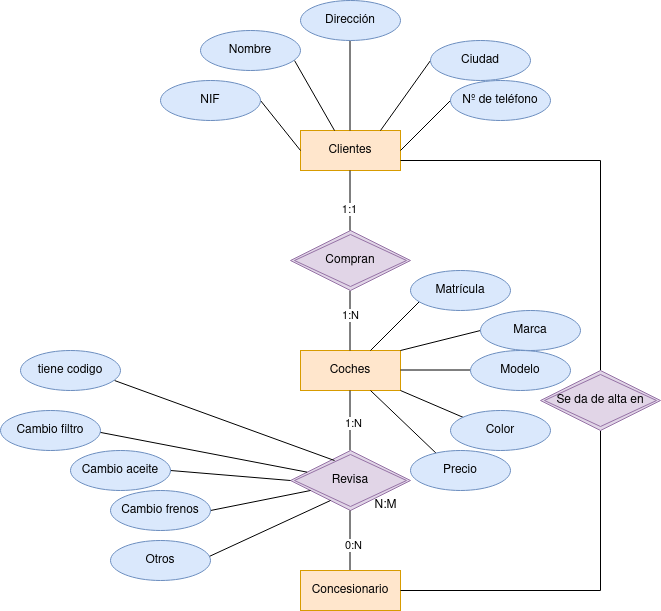
MaykelCM/base-datos keeps this draw.io diagram as unidad-1/Tarea/Tarea 5/Ejercicio 6.drawio.png. Above is the earlier version. Source tidied: cells renumbered, new cells last; positions are measured from the earlier drawing's top-left corner, leaving out a move shared by most shapes.
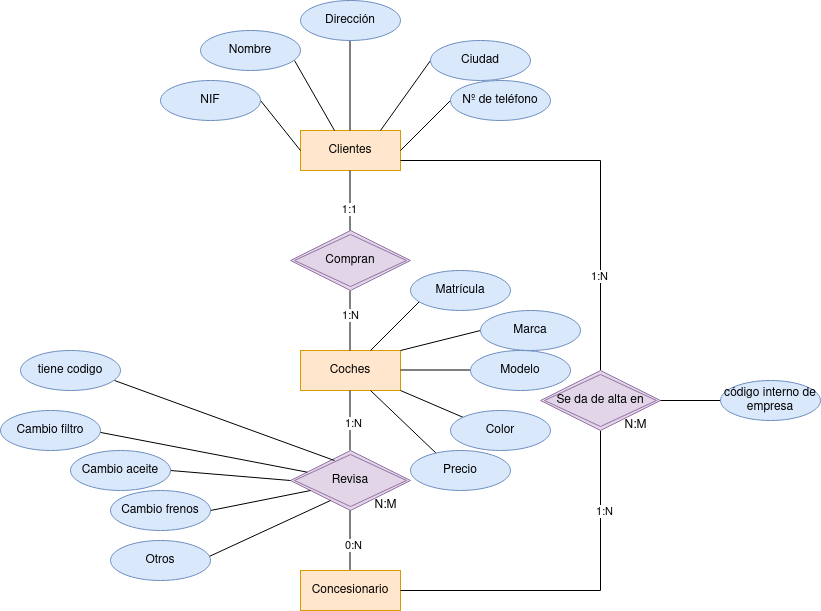
After the change.

Diff of the diagram source:
```diff
@@ -202,6 +202,9 @@
         <mxPoint x="600" y="160" as="targetPoint" />
       </mxGeometry>
     </mxCell>
+    <mxCell id="51" value="1:N" style="edgeLabel;html=1;align=center;verticalAlign=middle;" parent="46" vertex="1">
+      <mxGeometry x="-0.1" y="2" relative="1" as="geometry" />
+    </mxCell>
     <mxCell id="47" style="endArrow=none;html=1;rounded=0;exitX=1;exitY=0.5;exitDx=0;exitDy=0;" parent="1" edge="1" source="8">
       <mxGeometry relative="1" as="geometry">
         <mxPoint x="600" y="590" as="targetPoint" />
@@ -212,11 +215,23 @@
         <mxPoint x="600" y="590" as="sourcePoint" />
       </mxGeometry>
     </mxCell>
+    <mxCell id="52" value="1:N" style="edgeLabel;html=1;align=center;verticalAlign=middle;" parent="48" vertex="1">
+      <mxGeometry y="-3" relative="1" as="geometry" />
+    </mxCell>
     <mxCell id="49" value="Se da de alta en" style="shape=rhombus;double=1;perimeter=rhombusPerimeter;whiteSpace=wrap;html=1;align=center;fillColor=#e1d5e7;strokeColor=#9673a6;" parent="1" vertex="1">
       <mxGeometry x="540" y="370" width="120" height="60" as="geometry" />
     </mxCell>
     <mxCell id="50" value="N:M" style="text;html=1;align=center;verticalAlign=middle;strokeColor=none;fillColor=none;" parent="1" vertex="1">
       <mxGeometry x="360" y="490" width="50" height="30" as="geometry" />
     </mxCell>
+    <mxCell id="53" style="line;strokeWidth=1;dashed=0;labelPosition=right;align=left;verticalAlign=middle;spacingTop=0;spacingLeft=6;" parent="1" vertex="1">
+      <mxGeometry x="660" y="395" width="60" height="10" as="geometry" />
+    </mxCell>
+    <mxCell id="54" value="código interno de empresa" style="ellipse;whiteSpace=wrap;html=1;align=center;fillColor=#dae8fc;strokeColor=#6c8ebf;" parent="1" vertex="1">
+      <mxGeometry x="720" y="380" width="100" height="40" as="geometry" />
+    </mxCell>
+    <mxCell id="55" value="N:M" style="text;html=1;align=center;verticalAlign=middle;strokeColor=none;fillColor=none;" parent="1" vertex="1">
+      <mxGeometry x="610" y="410" width="50" height="30" as="geometry" />
+    </mxCell>
   </root>
 </mxGraphModel>
```
